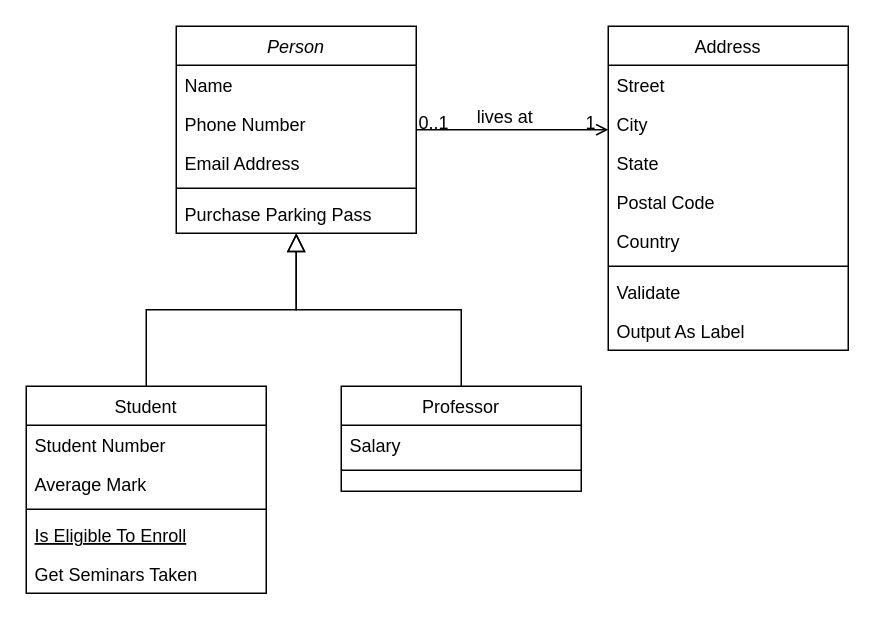
Kelvem01/App_hospital keeps this draw.io diagram as Diagrama sem nome.drawio. Above is the earlier version. Source tidied: cells renumbered, new cells numbered last; positions are measured from the earlier drawing's top-left corner, leaving out a move shared by most shapes. Both pictures are drawn from the tidied source at 150%, with x=0, y=0 at pixel (26, 26).
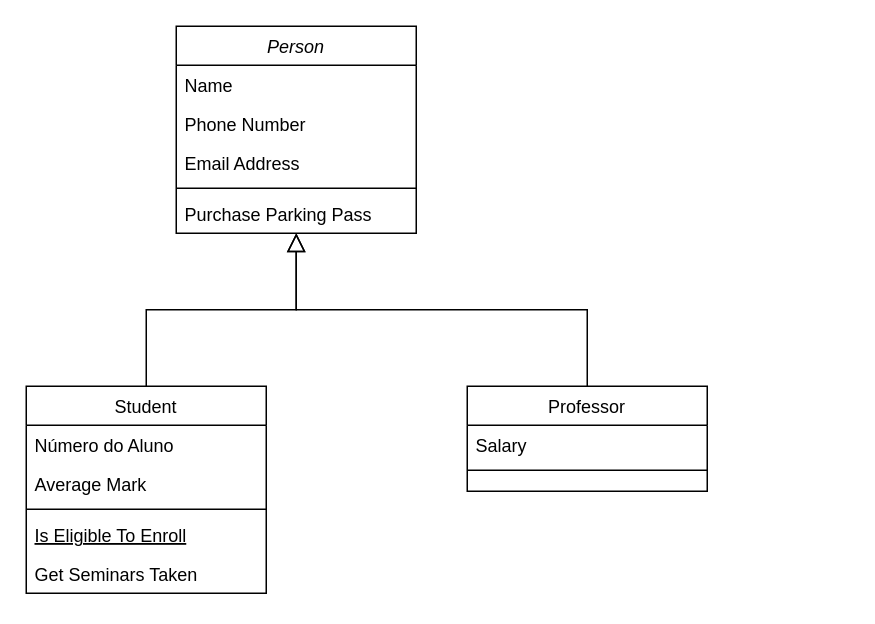
Above is the later version.

Unchanged cells that the change refers to:
```xml
<mxCell id="2" value="Person" style="swimlane;fontStyle=2;align=center;verticalAlign=top;horizontal=1;startSize=26;rounded=0;shadow=0;strokeWidth=1;" parent="1" vertex="1">
  <mxGeometry x="100" width="160" height="138" as="geometry" />
</mxCell>
<mxCell id="8" value="Student" style="swimlane;fontStyle=0;align=center;verticalAlign=top;horizontal=1;startSize=26;rounded=0;shadow=0;strokeWidth=1;" parent="1" vertex="1">
  <mxGeometry y="240" width="160" height="138" as="geometry" />
</mxCell>
```

What changed in the source:
```diff
@@
-    <mxCell id="9" value="Student Number" style="text;align=left;verticalAlign=top;spacingLeft=4;spacingRight=4;overflow=hidden;" parent="8" vertex="1">
+    <mxCell id="9" value="Número do Aluno" style="text;align=left;verticalAlign=top;spacingLeft=4;spacingRight=4;overflow=hidden;" parent="8" vertex="1">
       <mxGeometry y="26" width="160" height="26" as="geometry" />
     </mxCell>
@@
     <mxCell id="15" value="Professor" style="swimlane;fontStyle=0;align=center;verticalAlign=top;horizontal=1;startSize=26;rounded=0;shadow=0;strokeWidth=1;" parent="1" vertex="1">
-      <mxGeometry x="210" y="240" width="160" height="70" as="geometry" />
+      <mxGeometry x="294" y="240" width="160" height="70" as="geometry" />
     </mxCell>
@@
-    <mxCell id="19" value="Address" style="swimlane;fontStyle=0;align=center;verticalAlign=top;horizontal=1;startSize=26;rounded=0;shadow=0;strokeWidth=1;" parent="1" vertex="1">
-      <mxGeometry x="388" width="160" height="216" as="geometry" />
-    </mxCell>
-    <mxCell id="20" value="Street" style="text;align=left;verticalAlign=top;spacingLeft=4;spacingRight=4;overflow=hidden;" parent="19" vertex="1">
-      <mxGeometry y="26" width="160" height="26" as="geometry" />
-    </mxCell>
-    <mxCell id="21" value="City" style="text;align=left;verticalAlign=top;spacingLeft=4;spacingRight=4;overflow=hidden;rounded=0;shadow=0;html=0;" parent="19" vertex="1">
-      <mxGeometry y="52" width="160" height="26" as="geometry" />
-    </mxCell>
-    <mxCell id="22" value="State" style="text;align=left;verticalAlign=top;spacingLeft=4;spacingRight=4;overflow=hidden;rounded=0;shadow=0;html=0;" parent="19" vertex="1">
-      <mxGeometry y="78" width="160" height="26" as="geometry" />
-    </mxCell>
-    <mxCell id="23" value="Postal Code" style="text;align=left;verticalAlign=top;spacingLeft=4;spacingRight=4;overflow=hidden;rounded=0;shadow=0;html=0;" parent="19" vertex="1">
-      <mxGeometry y="104" width="160" height="26" as="geometry" />
-    </mxCell>
-    <mxCell id="24" value="Country" style="text;align=left;verticalAlign=top;spacingLeft=4;spacingRight=4;overflow=hidden;rounded=0;shadow=0;html=0;" parent="19" vertex="1">
-      <mxGeometry y="130" width="160" height="26" as="geometry" />
-    </mxCell>
-    <mxCell id="25" style="line;html=1;strokeWidth=1;align=left;verticalAlign=middle;spacingTop=-1;spacingLeft=3;spacingRight=3;labelPosition=right;" parent="19" vertex="1">
-      <mxGeometry y="156" width="160" height="8" as="geometry" />
-    </mxCell>
-    <mxCell id="26" value="Validate" style="text;align=left;verticalAlign=top;spacingLeft=4;spacingRight=4;overflow=hidden;" parent="19" vertex="1">
-      <mxGeometry y="164" width="160" height="26" as="geometry" />
-    </mxCell>
-    <mxCell id="27" value="Output As Label" style="text;align=left;verticalAlign=top;spacingLeft=4;spacingRight=4;overflow=hidden;" parent="19" vertex="1">
-      <mxGeometry y="190" width="160" height="26" as="geometry" />
-    </mxCell>
-    <mxCell id="28" style="endArrow=open;shadow=0;strokeWidth=1;rounded=0;curved=0;endFill=1;edgeStyle=elbowEdgeStyle;elbow=vertical;" parent="1" edge="1" source="2" target="19">
-      <mxGeometry x="0.5" y="41" relative="1" as="geometry">
-        <mxPoint x="-40" y="32" as="offset" />
-      </mxGeometry>
-    </mxCell>
-    <mxCell id="29" value="0..1" style="align=left;verticalAlign=bottom;labelBackgroundColor=none;fontSize=12;" parent="28" vertex="1">
-      <mxGeometry x="-1" relative="1" as="geometry">
-        <mxPoint y="4" as="offset" />
-      </mxGeometry>
-    </mxCell>
-    <mxCell id="30" value="1" style="align=right;verticalAlign=bottom;labelBackgroundColor=none;fontSize=12;" parent="28" vertex="1">
-      <mxGeometry x="1" relative="1" as="geometry">
-        <mxPoint x="-7" y="4" as="offset" />
-      </mxGeometry>
-    </mxCell>
-    <mxCell id="31" value="lives at" style="text;html=1;align=center;verticalAlign=middle;labelBackgroundColor=none;rounded=0;shadow=0;strokeWidth=1;fontSize=12;" parent="28" vertex="1">
-      <mxGeometry x="0.5" y="49" relative="1" as="geometry">
-        <mxPoint x="-38" y="40" as="offset" />
-      </mxGeometry>
-    </mxCell>
```
